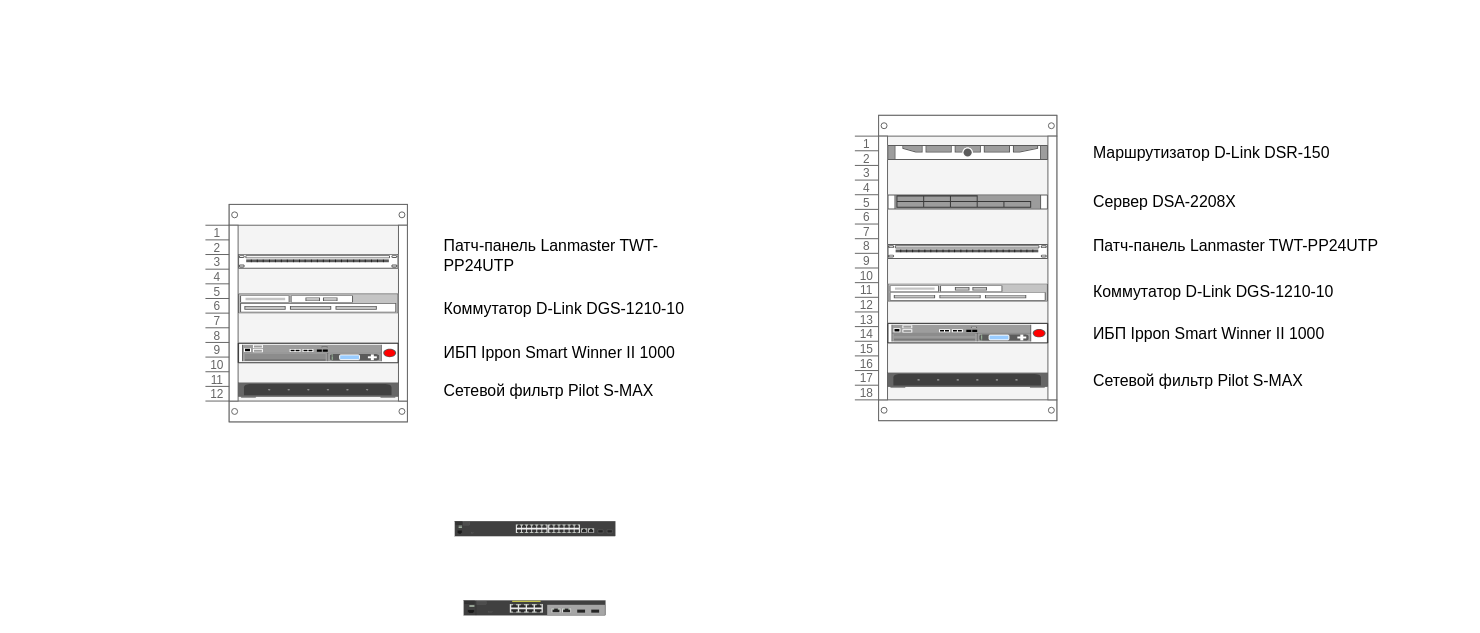
The draw.io diagram Стойка.drawio in grigoriy-st/Course-project-on-network-administration, before the edit. Source tidied: cells renumbered, new cells numbered last; positions are measured from the earlier drawing's top-left corner, leaving out a move shared by most shapes. Both pictures are drawn from the tidied source at 99%, with x=0, y=0 at pixel (205, 115).
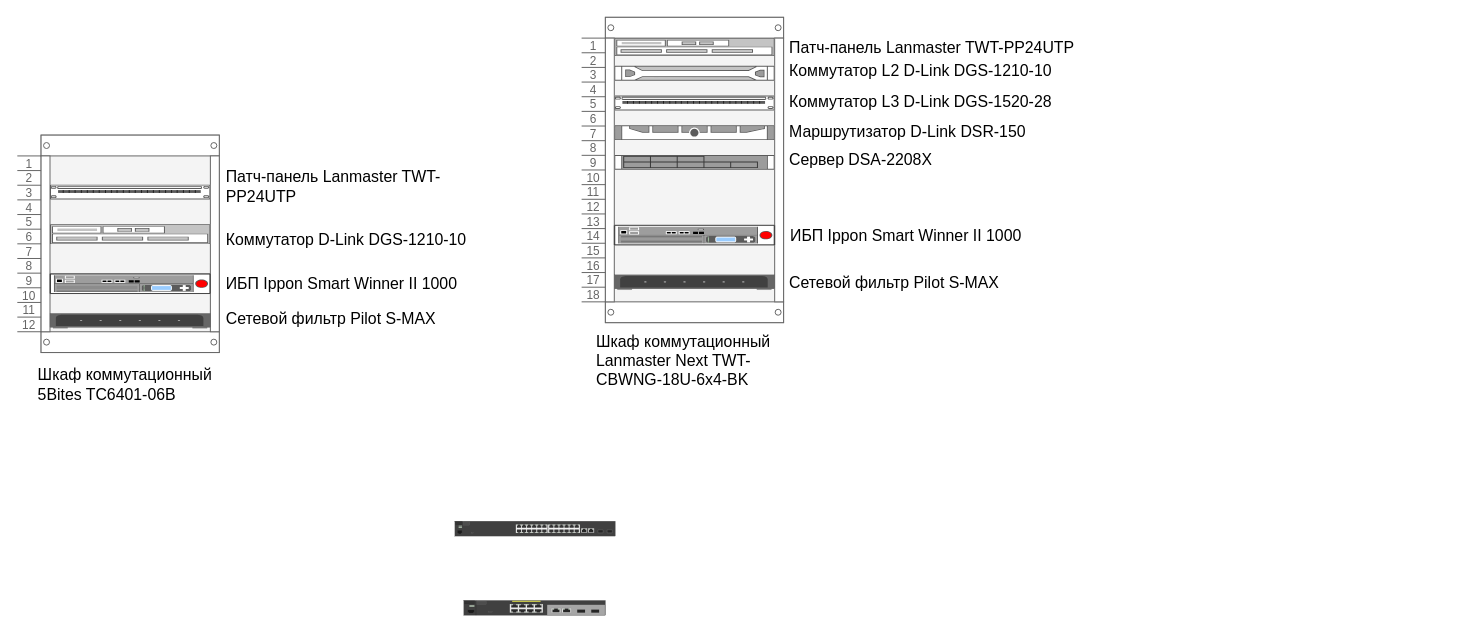
Above is the later version.

Change to the diagram source:
```diff
@@
     <mxCell id="2" style="strokeColor=#666666;html=1;verticalLabelPosition=bottom;labelBackgroundColor=#ffffff;verticalAlign=top;shadow=0;dashed=0;shape=mxgraph.rackGeneral.rackCabinet3;fillColor2=#f4f4f4;allowGaps=1;textColor=#666666;numDisp=ascend;" parent="1" vertex="1">
-      <mxGeometry y="90" width="204" height="219" as="geometry" />
+      <mxGeometry x="-190" y="20" width="204" height="219" as="geometry" />
     </mxCell>
@@
     <mxCell id="9" value="&lt;font face=&quot;Helvetica&quot;&gt;&lt;span style=&quot;font-size: 12pt;&quot;&gt;Патч&lt;/span&gt;&lt;span style=&quot;font-size:12.0pt;&lt;br/&gt;font-family:&amp;quot;Times New Roman&amp;quot;,serif;mso-fareast-font-family:&amp;quot;Times New Roman&amp;quot;;&lt;br/&gt;mso-ansi-language:EN-US;mso-fareast-language:RU;mso-bidi-language:AR-SA&quot; lang=&quot;EN-US&quot;&gt;-&lt;/span&gt;&lt;span style=&quot;font-size: 12pt;&quot;&gt;панель&lt;/span&gt;&lt;span style=&quot;font-size: 12pt;&quot; lang=&quot;EN-US&quot;&gt; Lanmaster TWT-PP24UTP&amp;nbsp;&lt;/span&gt;&lt;/font&gt;" style="text;strokeColor=none;fillColor=none;align=left;verticalAlign=middle;spacingLeft=4;spacingRight=4;overflow=hidden;whiteSpace=wrap;html=1;" parent="1" vertex="1">
-      <mxGeometry x="235" y="120" width="266" height="43" as="geometry" />
+      <mxGeometry x="15" y="50" width="266" height="43" as="geometry" />
     </mxCell>
     <mxCell id="10" value="&lt;font face=&quot;Helvetica&quot; style=&quot;font-size: 16px;&quot;&gt;Коммутатор&amp;nbsp;D-Link DGS-1210-10&amp;nbsp;&lt;/font&gt;" style="text;strokeColor=none;fillColor=none;align=left;verticalAlign=middle;spacingLeft=4;spacingRight=4;overflow=hidden;whiteSpace=wrap;html=1;" parent="1" vertex="1">
-      <mxGeometry x="235" y="180" width="261" height="30" as="geometry" />
+      <mxGeometry x="15" y="110" width="261" height="30" as="geometry" />
     </mxCell>
     <mxCell id="11" value="&lt;span style=&quot;font-size: 16px;&quot;&gt;&lt;font face=&quot;Helvetica&quot; style=&quot;font-size: 16px;&quot;&gt;ИБП Ippon Smart Winner II 1000&lt;/font&gt;&lt;/span&gt;" style="text;strokeColor=none;fillColor=none;align=left;verticalAlign=middle;spacingLeft=4;spacingRight=4;overflow=hidden;whiteSpace=wrap;html=1;" parent="1" vertex="1">
-      <mxGeometry x="235" y="224.5" width="266" height="30" as="geometry" />
+      <mxGeometry x="15" y="154.5" width="266" height="30" as="geometry" />
     </mxCell>
     <mxCell id="12" value="&lt;font face=&quot;Helvetica&quot; style=&quot;font-size: 16px;&quot;&gt;Сетевой фильтр &lt;span style=&quot;&quot; lang=&quot;EN-US&quot;&gt;Pilot&lt;/span&gt;&lt;span style=&quot;&quot; lang=&quot;EN-US&quot;&gt; &lt;/span&gt;&lt;span style=&quot;&quot; lang=&quot;EN-US&quot;&gt;S&lt;/span&gt;-&lt;span style=&quot;&quot; lang=&quot;EN-US&quot;&gt;MAX&lt;/span&gt;&lt;/font&gt;&lt;span style=&quot;font-size:14.0pt;&lt;br/&gt;font-family:&amp;quot;Times New Roman&amp;quot;,serif;mso-fareast-font-family:&amp;quot;Times New Roman&amp;quot;;&lt;br/&gt;mso-ansi-language:RU;mso-fareast-language:RU;mso-bidi-language:AR-SA&quot; lang=&quot;EN-US&quot;&gt;&lt;/span&gt;" style="text;strokeColor=none;fillColor=none;align=left;verticalAlign=middle;spacingLeft=4;spacingRight=4;overflow=hidden;whiteSpace=wrap;html=1;" parent="1" vertex="1">
-      <mxGeometry x="235" y="254.5" width="246" height="47.5" as="geometry" />
+      <mxGeometry x="15" y="191.5" width="246" height="25.5" as="geometry" />
     </mxCell>
     <mxCell id="13" style="strokeColor=#666666;html=1;verticalLabelPosition=bottom;labelBackgroundColor=#ffffff;verticalAlign=top;shadow=0;dashed=0;shape=mxgraph.rackGeneral.rackCabinet3;fillColor2=#f4f4f4;allowGaps=1;textColor=#666666;numDisp=ascend;" parent="1" vertex="1">
-      <mxGeometry x="656" width="204" height="309" as="geometry" />
+      <mxGeometry x="380" y="-99" width="204" height="309" as="geometry" />
     </mxCell>
+    <mxCell id="17" style="strokeColor=#666666;html=1;labelPosition=right;align=left;spacingLeft=15;shadow=0;dashed=0;shape=mxgraph.rack.general.switches_1;" parent="13" vertex="1">
+      <mxGeometry x="33" y="21" width="162" height="18" as="geometry" />
+    </mxCell>
+    <mxCell id="26" style="shape=mxgraph.rack.hp.hp_proliant_dl320e_g8;html=1;labelPosition=right;align=left;spacingLeft=15;dashed=0;shadow=0;fillColor=#ffffff;" parent="13" vertex="1">
+      <mxGeometry x="33" y="49" width="162" height="15" as="geometry" />
+    </mxCell>
+    <mxCell id="16" style="strokeColor=#666666;html=1;labelPosition=right;align=left;spacingLeft=15;shadow=0;dashed=0;shape=mxgraph.rack.general.cat5e_rack_mount_patch_panel_24_ports;" parent="13" vertex="1">
+      <mxGeometry x="33" y="79" width="162" height="15" as="geometry" />
+    </mxCell>
     <mxCell id="14" style="strokeColor=#666666;html=1;labelPosition=right;align=left;spacingLeft=15;shadow=0;dashed=0;shape=mxgraph.rack.dell.dell_poweredge_1u;" parent="13" vertex="1">
-      <mxGeometry x="33" y="30" width="162" height="15" as="geometry" />
+      <mxGeometry x="33" y="109" width="162" height="15" as="geometry" />
     </mxCell>
     <mxCell id="15" style="shape=mxgraph.rack.hp.hp_proliant_dl360p_g8;html=1;labelPosition=right;align=left;spacingLeft=15;dashed=0;shadow=0;fillColor=#ffffff;" parent="13" vertex="1">
-      <mxGeometry x="33" y="80" width="162" height="15" as="geometry" />
+      <mxGeometry x="33" y="139" width="162" height="15" as="geometry" />
     </mxCell>
-    <mxCell id="16" style="strokeColor=#666666;html=1;labelPosition=right;align=left;spacingLeft=15;shadow=0;dashed=0;shape=mxgraph.rack.general.cat5e_rack_mount_patch_panel_24_ports;" parent="13" vertex="1">
-      <mxGeometry x="33" y="130" width="162" height="15" as="geometry" />
-    </mxCell>
-    <mxCell id="17" style="strokeColor=#666666;html=1;labelPosition=right;align=left;spacingLeft=15;shadow=0;dashed=0;shape=mxgraph.rack.general.switches_1;" parent="13" vertex="1">
-      <mxGeometry x="33" y="170" width="162" height="18" as="geometry" />
-    </mxCell>
@@
     <mxCell id="20" value="&lt;font face=&quot;Helvetica&quot;&gt;&lt;span style=&quot;font-size: 12pt;&quot;&gt;Патч&lt;/span&gt;&lt;span style=&quot;font-size:12.0pt;&lt;br/&gt;font-family:&amp;quot;Times New Roman&amp;quot;,serif;mso-fareast-font-family:&amp;quot;Times New Roman&amp;quot;;&lt;br/&gt;mso-ansi-language:EN-US;mso-fareast-language:RU;mso-bidi-language:AR-SA&quot; lang=&quot;EN-US&quot;&gt;-&lt;/span&gt;&lt;span style=&quot;font-size: 12pt;&quot;&gt;панель&lt;/span&gt;&lt;span style=&quot;font-size: 12pt;&quot; lang=&quot;EN-US&quot;&gt; Lanmaster TWT-PP24UTP&amp;nbsp;&lt;/span&gt;&lt;/font&gt;" style="text;strokeColor=none;fillColor=none;align=left;verticalAlign=middle;spacingLeft=4;spacingRight=4;overflow=hidden;whiteSpace=wrap;html=1;" parent="1" vertex="1">
-      <mxGeometry x="891" y="110" width="379" height="43" as="geometry" />
+      <mxGeometry x="584" y="-80" width="379" height="20" as="geometry" />
     </mxCell>
-    <mxCell id="21" value="&lt;font face=&quot;Helvetica&quot; style=&quot;font-size: 16px;&quot;&gt;Коммутатор&amp;nbsp;D-Link DGS-1210-10&amp;nbsp;&lt;/font&gt;" style="text;strokeColor=none;fillColor=none;align=left;verticalAlign=middle;spacingLeft=4;spacingRight=4;overflow=hidden;whiteSpace=wrap;html=1;" parent="1" vertex="1">
-      <mxGeometry x="891" y="163" width="261" height="30" as="geometry" />
+    <mxCell id="21" value="&lt;font face=&quot;Helvetica&quot; style=&quot;font-size: 16px;&quot;&gt;Коммутатор L2 D-Link DGS-1210-10&amp;nbsp;&lt;/font&gt;" style="text;strokeColor=none;fillColor=none;align=left;verticalAlign=middle;spacingLeft=4;spacingRight=4;overflow=hidden;whiteSpace=wrap;html=1;" parent="1" vertex="1">
+      <mxGeometry x="584" y="-60" width="280" height="30" as="geometry" />
     </mxCell>
     <mxCell id="22" value="&lt;span style=&quot;font-size: 16px;&quot;&gt;&lt;font face=&quot;Helvetica&quot; style=&quot;font-size: 16px;&quot;&gt;ИБП Ippon Smart Winner II 1000&lt;/font&gt;&lt;/span&gt;" style="text;strokeColor=none;fillColor=none;align=left;verticalAlign=middle;spacingLeft=4;spacingRight=4;overflow=hidden;whiteSpace=wrap;html=1;" parent="1" vertex="1">
-      <mxGeometry x="891" y="205" width="266" height="30" as="geometry" />
+      <mxGeometry x="584.5" y="106" width="266" height="30" as="geometry" />
     </mxCell>
     <mxCell id="23" value="&lt;font face=&quot;Helvetica&quot; style=&quot;font-size: 16px;&quot;&gt;Сетевой фильтр &lt;span style=&quot;&quot; lang=&quot;EN-US&quot;&gt;Pilot&lt;/span&gt;&lt;span style=&quot;&quot; lang=&quot;EN-US&quot;&gt; &lt;/span&gt;&lt;span style=&quot;&quot; lang=&quot;EN-US&quot;&gt;S&lt;/span&gt;-&lt;span style=&quot;&quot; lang=&quot;EN-US&quot;&gt;MAX&lt;/span&gt;&lt;/font&gt;&lt;span style=&quot;font-size:14.0pt;&lt;br/&gt;font-family:&amp;quot;Times New Roman&amp;quot;,serif;mso-fareast-font-family:&amp;quot;Times New Roman&amp;quot;;&lt;br/&gt;mso-ansi-language:RU;mso-fareast-language:RU;mso-bidi-language:AR-SA&quot; lang=&quot;EN-US&quot;&gt;&lt;/span&gt;" style="text;strokeColor=none;fillColor=none;align=left;verticalAlign=middle;spacingLeft=4;spacingRight=4;overflow=hidden;whiteSpace=wrap;html=1;" parent="1" vertex="1">
-      <mxGeometry x="891" y="244.5" width="246" height="47.5" as="geometry" />
+      <mxGeometry x="584" y="145.5" width="246" height="47.5" as="geometry" />
     </mxCell>
     <mxCell id="24" value="&lt;span style=&quot;font-size: 16px;&quot;&gt;Сервер DSA-2208X&lt;/span&gt;" style="text;strokeColor=none;fillColor=none;align=left;verticalAlign=middle;spacingLeft=4;spacingRight=4;overflow=hidden;whiteSpace=wrap;html=1;" parent="1" vertex="1">
-      <mxGeometry x="891" y="65" width="266" height="43" as="geometry" />
+      <mxGeometry x="584" y="30" width="266" height="30" as="geometry" />
     </mxCell>
+    <mxCell id="27" value="&lt;span style=&quot;font-size: 16px;&quot;&gt;Коммутатор L3&amp;nbsp;D-Link DGS-1520-28&lt;/span&gt;" style="text;strokeColor=none;fillColor=none;align=left;verticalAlign=middle;spacingLeft=4;spacingRight=4;overflow=hidden;whiteSpace=wrap;html=1;" parent="1" vertex="1">
+      <mxGeometry x="584" y="-29" width="379" height="30" as="geometry" />
+    </mxCell>
+    <mxCell id="28" value="&lt;span style=&quot;font-size: 16px;&quot;&gt;Шкаф коммутационный&lt;br&gt;Lanmaster Next TWT-CBWNG-18U-6x4-BK&lt;/span&gt;" style="text;strokeColor=none;fillColor=none;align=left;verticalAlign=middle;spacingLeft=4;spacingRight=4;overflow=hidden;whiteSpace=wrap;html=1;" parent="1" vertex="1">
+      <mxGeometry x="388.5" y="215.8" width="200" height="64.2" as="geometry" />
+    </mxCell>
+    <mxCell id="29" value="&lt;span style=&quot;font-size: 16px;&quot;&gt;Шкаф коммутационный 5Bites TC6401-06B&lt;/span&gt;" style="text;strokeColor=none;fillColor=none;align=left;verticalAlign=middle;spacingLeft=4;spacingRight=4;overflow=hidden;whiteSpace=wrap;html=1;" parent="1" vertex="1">
+      <mxGeometry x="-175" y="250" width="190" height="43" as="geometry" />
+    </mxCell>
     <mxCell id="25" value="&lt;span style=&quot;font-size: 16px;&quot;&gt;Маршрутизатор D-Link DSR-150&lt;/span&gt;" style="text;strokeColor=none;fillColor=none;align=left;verticalAlign=middle;spacingLeft=4;spacingRight=4;overflow=hidden;whiteSpace=wrap;html=1;" parent="1" vertex="1">
-      <mxGeometry x="891" y="18" width="299" height="40" as="geometry" />
+      <mxGeometry x="584" y="1" width="299" height="29" as="geometry" />
     </mxCell>
```
